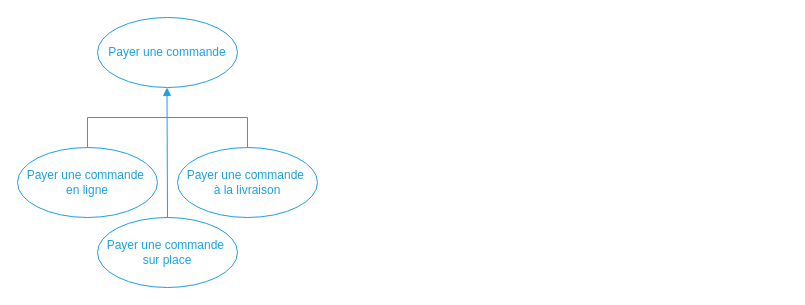
centvingt/OCPizzaRedaction keeps this draw.io diagram as img/figure_implicit-actions-payment.dio. Above is the earlier version. Source tidied: cells renumbered, new cells numbered last; positions are measured from the earlier drawing's top-left corner, leaving out a move shared by most shapes. Both pictures are drawn from the tidied source at 100%, with x=0, y=0 at pixel (17, 17).
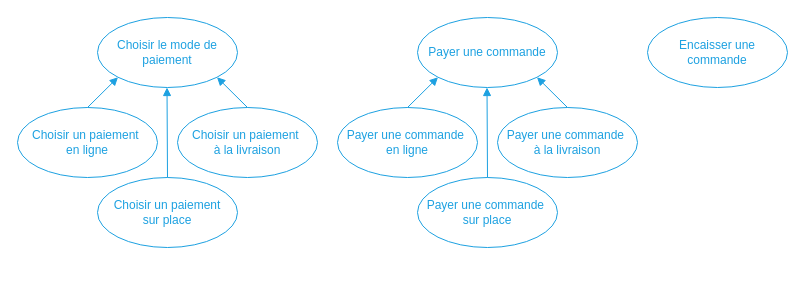
After the change.

Change to the diagram source:
```diff
@@
-    <mxCell id="2" style="group;" parent="1" vertex="1">
-      <mxGeometry width="300" height="270" as="geometry" />
-    </mxCell>
-    <mxCell id="3" value="&lt;font color=&quot;#1da1e1&quot;&gt;Payer une commande&lt;/font&gt;" style="ellipse;whiteSpace=wrap;html=1;fillColor=none;strokeColor=#1DA1E1;" parent="2" vertex="1">
-      <mxGeometry x="80" width="140" height="70" as="geometry" />
-    </mxCell>
+    <mxCell id="9" value="&lt;font color=&quot;#1da1e1&quot;&gt;Encaisser une commande&lt;/font&gt;" style="ellipse;whiteSpace=wrap;html=1;fillColor=none;strokeColor=#1DA1E1;" parent="1" vertex="1">
+      <mxGeometry x="630" width="140" height="70" as="geometry" />
+    </mxCell>
+    <mxCell id="10" style="group;" parent="1" vertex="1">
+      <mxGeometry x="320" width="300" height="230" as="geometry" />
+    </mxCell>
-    <mxCell id="4" value="&lt;span style=&quot;color: rgb(29 , 161 , 225)&quot;&gt;Payer une commande&amp;nbsp;&lt;/span&gt;&lt;br style=&quot;color: rgb(29 , 161 , 225)&quot;&gt;&lt;span style=&quot;color: rgb(29 , 161 , 225)&quot;&gt;en ligne&lt;/span&gt;" style="ellipse;whiteSpace=wrap;html=1;fillColor=none;strokeColor=#1DA1E1;" parent="2" vertex="1">
-      <mxGeometry y="130" width="140" height="70" as="geometry" />
+    <mxCell id="4" value="&lt;span style=&quot;color: rgb(29 , 161 , 225)&quot;&gt;Payer une commande&amp;nbsp;&lt;/span&gt;&lt;br style=&quot;color: rgb(29 , 161 , 225)&quot;&gt;&lt;span style=&quot;color: rgb(29 , 161 , 225)&quot;&gt;en ligne&lt;/span&gt;" style="ellipse;whiteSpace=wrap;html=1;fillColor=none;strokeColor=#1DA1E1;" parent="10" vertex="1">
+      <mxGeometry y="90" width="140" height="70" as="geometry" />
     </mxCell>
-    <mxCell id="5" value="&lt;span style=&quot;color: rgb(29 , 161 , 225)&quot;&gt;Payer une commande&amp;nbsp;&lt;/span&gt;&lt;br style=&quot;color: rgb(29 , 161 , 225)&quot;&gt;&lt;span style=&quot;color: rgb(29 , 161 , 225)&quot;&gt;à la livraison&lt;/span&gt;" style="ellipse;whiteSpace=wrap;html=1;fillColor=none;strokeColor=#1DA1E1;" parent="2" vertex="1">
-      <mxGeometry x="160" y="130" width="140" height="70" as="geometry" />
+    <mxCell id="5" value="&lt;span style=&quot;color: rgb(29 , 161 , 225)&quot;&gt;Payer une commande&amp;nbsp;&lt;/span&gt;&lt;br style=&quot;color: rgb(29 , 161 , 225)&quot;&gt;&lt;span style=&quot;color: rgb(29 , 161 , 225)&quot;&gt;à la livraison&lt;/span&gt;" style="ellipse;whiteSpace=wrap;html=1;fillColor=none;strokeColor=#1DA1E1;" parent="10" vertex="1">
+      <mxGeometry x="160" y="90" width="140" height="70" as="geometry" />
     </mxCell>
-    <mxCell id="6" style="edgeStyle=orthogonalEdgeStyle;rounded=0;jettySize=auto;html=1;exitX=0.5;exitY=0;exitDx=0;exitDy=0;entryX=0.5;entryY=0;entryDx=0;entryDy=0;strokeColor=#1DA1E1;endArrow=none;endFill=0;" parent="2" edge="1" source="4" target="5">
-      <mxGeometry as="geometry">
-        <Array as="points">
-          <mxPoint x="70" y="100" />
-          <mxPoint x="230" y="100" />
-        </Array>
-      </mxGeometry>
-    </mxCell>
-    <mxCell id="7" style="rounded=0;jettySize=auto;html=1;endArrow=block;endFill=1;strokeColor=#1DA1E1;exitX=0.5;exitY=0;exitDx=0;exitDy=0;" parent="2" edge="1" source="8">
-      <mxGeometry as="geometry">
-        <mxPoint x="149.5" y="70" as="targetPoint" />
-      </mxGeometry>
-    </mxCell>
+    <mxCell id="11" style="rounded=0;jettySize=auto;html=1;endArrow=block;endFill=1;strokeColor=#1DA1E1;exitX=0.5;exitY=0;exitDx=0;exitDy=0;" parent="10" edge="1" source="8">
+      <mxGeometry as="geometry">
+        <mxPoint x="149.5" y="70" as="targetPoint" />
+      </mxGeometry>
+    </mxCell>
-    <mxCell id="8" value="&lt;span style=&quot;color: rgb(29 , 161 , 225)&quot;&gt;Payer une commande&amp;nbsp;&lt;/span&gt;&lt;br style=&quot;color: rgb(29 , 161 , 225)&quot;&gt;&lt;span style=&quot;color: rgb(29 , 161 , 225)&quot;&gt;sur place&lt;/span&gt;" style="ellipse;whiteSpace=wrap;html=1;fillColor=none;strokeColor=#1DA1E1;" parent="2" vertex="1">
-      <mxGeometry x="80" y="200" width="140" height="70" as="geometry" />
+    <mxCell id="8" value="&lt;span style=&quot;color: rgb(29 , 161 , 225)&quot;&gt;Payer une commande&amp;nbsp;&lt;/span&gt;&lt;br style=&quot;color: rgb(29 , 161 , 225)&quot;&gt;&lt;span style=&quot;color: rgb(29 , 161 , 225)&quot;&gt;sur place&lt;/span&gt;" style="ellipse;whiteSpace=wrap;html=1;fillColor=none;strokeColor=#1DA1E1;" parent="10" vertex="1">
+      <mxGeometry x="80" y="160" width="140" height="70" as="geometry" />
     </mxCell>
+    <mxCell id="3" value="&lt;font color=&quot;#1da1e1&quot;&gt;Payer une commande&lt;/font&gt;" style="ellipse;whiteSpace=wrap;html=1;fillColor=none;strokeColor=#1DA1E1;" parent="10" vertex="1">
+      <mxGeometry x="80" width="140" height="70" as="geometry" />
+    </mxCell>
+    <mxCell id="12" style="edgeStyle=none;rounded=0;jettySize=auto;html=1;exitX=0.5;exitY=0;exitDx=0;exitDy=0;entryX=0;entryY=1;entryDx=0;entryDy=0;endArrow=block;endFill=1;strokeColor=#1DA1E1;" parent="10" edge="1" source="4" target="3">
+      <mxGeometry relative="1" as="geometry" />
+    </mxCell>
+    <mxCell id="13" style="edgeStyle=none;rounded=0;jettySize=auto;html=1;exitX=0.5;exitY=0;exitDx=0;exitDy=0;entryX=1;entryY=1;entryDx=0;entryDy=0;endArrow=block;endFill=1;strokeColor=#1DA1E1;" parent="10" edge="1" source="5" target="3">
+      <mxGeometry relative="1" as="geometry" />
+    </mxCell>
+    <mxCell id="14" style="group;" parent="1" vertex="1">
+      <mxGeometry width="300" height="230" as="geometry" />
+    </mxCell>
+    <mxCell id="15" style="rounded=0;jettySize=auto;html=1;endArrow=block;endFill=1;strokeColor=#1DA1E1;exitX=0.5;exitY=0;exitDx=0;exitDy=0;" parent="14" edge="1" source="20">
+      <mxGeometry as="geometry">
+        <mxPoint x="149.5" y="70" as="targetPoint" />
+      </mxGeometry>
+    </mxCell>
+    <mxCell id="16" style="group;" parent="14" vertex="1">
+      <mxGeometry width="300" height="230" as="geometry" />
+    </mxCell>
+    <mxCell id="17" value="&lt;font color=&quot;#1da1e1&quot;&gt;Choisir le mode de paiement&lt;/font&gt;" style="ellipse;whiteSpace=wrap;html=1;fillColor=none;strokeColor=#1DA1E1;" parent="16" vertex="1">
+      <mxGeometry x="80" width="140" height="70" as="geometry" />
+    </mxCell>
+    <mxCell id="18" value="&lt;span style=&quot;color: rgb(29 , 161 , 225)&quot;&gt;Choisir un paiement&amp;nbsp;&lt;/span&gt;&lt;br style=&quot;color: rgb(29 , 161 , 225)&quot;&gt;&lt;span style=&quot;color: rgb(29 , 161 , 225)&quot;&gt;en ligne&lt;/span&gt;" style="ellipse;whiteSpace=wrap;html=1;fillColor=none;strokeColor=#1DA1E1;" parent="16" vertex="1">
+      <mxGeometry y="90" width="140" height="70" as="geometry" />
+    </mxCell>
+    <mxCell id="19" value="&lt;span style=&quot;color: rgb(29 , 161 , 225)&quot;&gt;Choisir un paiement&amp;nbsp;&lt;/span&gt;&lt;br style=&quot;color: rgb(29 , 161 , 225)&quot;&gt;&lt;span style=&quot;color: rgb(29 , 161 , 225)&quot;&gt;à la livraison&lt;/span&gt;" style="ellipse;whiteSpace=wrap;html=1;fillColor=none;strokeColor=#1DA1E1;" parent="16" vertex="1">
+      <mxGeometry x="160" y="90" width="140" height="70" as="geometry" />
+    </mxCell>
+    <mxCell id="20" value="&lt;span style=&quot;color: rgb(29 , 161 , 225)&quot;&gt;Choisir un paiement&lt;/span&gt;&lt;br style=&quot;color: rgb(29 , 161 , 225)&quot;&gt;&lt;span style=&quot;color: rgb(29 , 161 , 225)&quot;&gt;sur place&lt;/span&gt;" style="ellipse;whiteSpace=wrap;html=1;fillColor=none;strokeColor=#1DA1E1;" parent="16" vertex="1">
+      <mxGeometry x="80" y="160" width="140" height="70" as="geometry" />
+    </mxCell>
+    <mxCell id="21" style="edgeStyle=none;rounded=0;jettySize=auto;html=1;exitX=0.5;exitY=0;exitDx=0;exitDy=0;entryX=0;entryY=1;entryDx=0;entryDy=0;endArrow=block;endFill=1;strokeColor=#1DA1E1;" parent="16" edge="1" source="18" target="17">
+      <mxGeometry relative="1" as="geometry" />
+    </mxCell>
+    <mxCell id="22" style="edgeStyle=none;rounded=0;jettySize=auto;html=1;exitX=0.5;exitY=0;exitDx=0;exitDy=0;entryX=1;entryY=1;entryDx=0;entryDy=0;endArrow=block;endFill=1;strokeColor=#1DA1E1;" parent="16" edge="1" source="19" target="17">
+      <mxGeometry relative="1" as="geometry" />
+    </mxCell>
```
